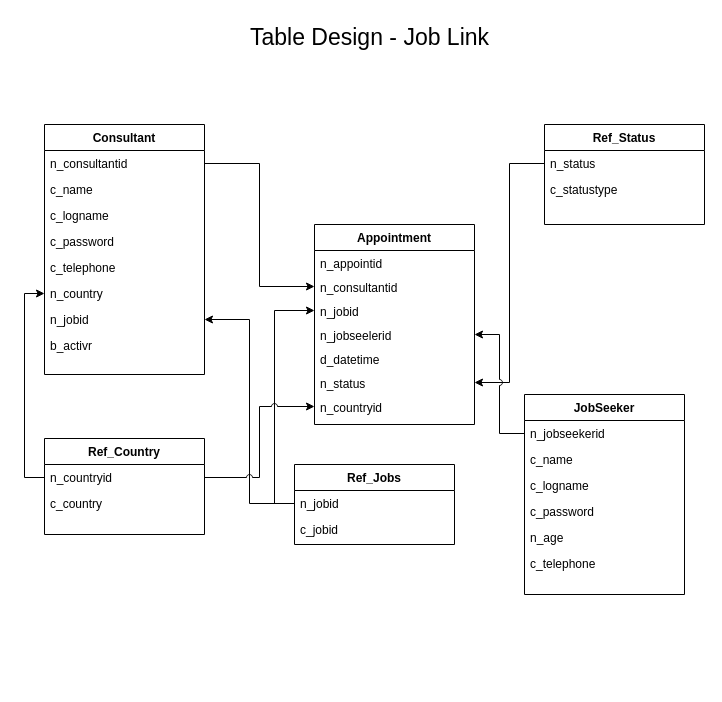
Above: page "Table Design" (3 of 5) of Untitled Diagram.drawio in danujaysl/CourseworkADPRG (draw.io), before the change. Source tidied: cells renumbered, new cells numbered last; positions are measured from the earlier drawing's top-left corner, leaving out a move shared by most shapes. Both pictures are drawn from the tidied source at 100%, with x=0, y=0 at pixel (44, 17).
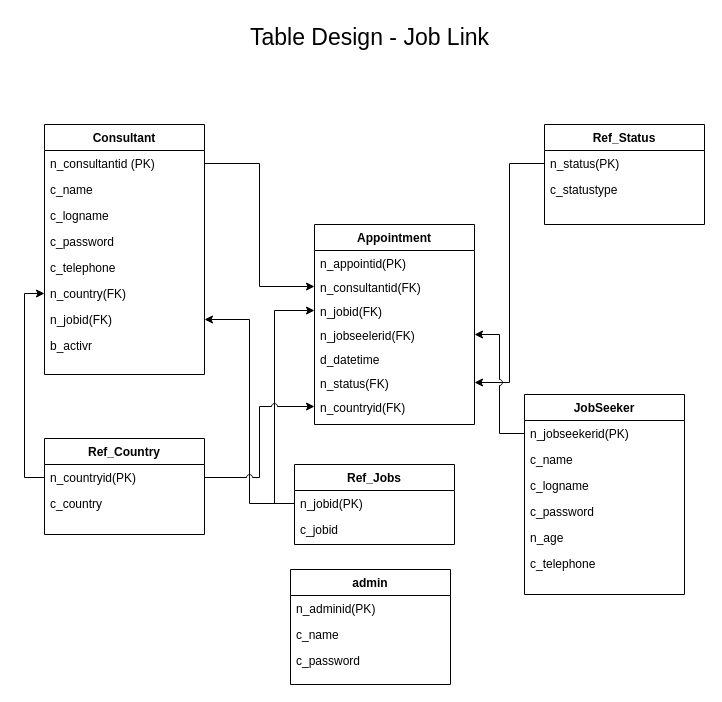
The same page after the edit.

Unchanged cells that the change refers to:
```xml
<mxCell id="2" value="Consultant&#10;" style="swimlane;fontStyle=1;align=center;verticalAlign=top;horizontal=1;startSize=26;rounded=0;shadow=0;strokeWidth=1;" parent="1" vertex="1">
  <mxGeometry y="107" width="160" height="250" as="geometry" />
</mxCell>
<mxCell id="11" value="JobSeeker&#10;" style="swimlane;fontStyle=1;align=center;verticalAlign=top;horizontal=1;startSize=26;rounded=0;shadow=0;strokeWidth=1;" parent="1" vertex="1">
  <mxGeometry x="480" y="377" width="160" height="200" as="geometry" />
</mxCell>
<mxCell id="18" value="Ref_Status" style="swimlane;fontStyle=1;align=center;verticalAlign=top;horizontal=1;startSize=26;rounded=0;shadow=0;strokeWidth=1;" parent="1" vertex="1">
  <mxGeometry x="500" y="107" width="160" height="100" as="geometry" />
</mxCell>
<mxCell id="21" value="Appointment&#10;" style="swimlane;fontStyle=1;align=center;verticalAlign=top;horizontal=1;startSize=26;rounded=0;shadow=0;strokeWidth=1;" parent="1" vertex="1">
  <mxGeometry x="270" y="207" width="160" height="200" as="geometry" />
</mxCell>
<mxCell id="32" value="Ref_Country" style="swimlane;fontStyle=1;align=center;verticalAlign=top;horizontal=1;startSize=26;rounded=0;shadow=0;strokeWidth=1;" parent="1" vertex="1">
  <mxGeometry y="421" width="160" height="96" as="geometry" />
</mxCell>
<mxCell id="36" value="Ref_Jobs" style="swimlane;fontStyle=1;align=center;verticalAlign=top;horizontal=1;startSize=26;rounded=0;shadow=0;strokeWidth=1;" parent="1" vertex="1">
  <mxGeometry x="250" y="447" width="160" height="80" as="geometry" />
</mxCell>
```

What changed in the source:
```diff
@@
-    <mxCell id="3" value="n_consultantid    " style="text;align=left;verticalAlign=top;spacingLeft=4;spacingRight=4;overflow=hidden;points=[[0,0.5,0,0,0],[1,0.5,0,0,0]];portConstraint=eastwest;" parent="2" vertex="1">
+    <mxCell id="3" value="n_consultantid (PK)" style="text;align=left;verticalAlign=top;spacingLeft=4;spacingRight=4;overflow=hidden;points=[[0,0.5,0,0,0],[1,0.5,0,0,0]];portConstraint=eastwest;" parent="2" vertex="1">
       <mxGeometry y="26" width="160" height="26" as="geometry" />
     </mxCell>
@@
-    <mxCell id="8" value="n_country" style="text;align=left;verticalAlign=top;spacingLeft=4;spacingRight=4;overflow=hidden;points=[[0,0.5],[1,0.5]];portConstraint=eastwest;rounded=0;shadow=0;html=0;" parent="2" vertex="1">
+    <mxCell id="8" value="n_country(FK)" style="text;align=left;verticalAlign=top;spacingLeft=4;spacingRight=4;overflow=hidden;points=[[0,0.5],[1,0.5]];portConstraint=eastwest;rounded=0;shadow=0;html=0;" parent="2" vertex="1">
       <mxGeometry y="156" width="160" height="26" as="geometry" />
     </mxCell>
-    <mxCell id="9" value="n_jobid" style="text;align=left;verticalAlign=top;spacingLeft=4;spacingRight=4;overflow=hidden;points=[[0,0.5],[1,0.5]];portConstraint=eastwest;rounded=0;shadow=0;html=0;" parent="2" vertex="1">
+    <mxCell id="9" value="n_jobid(FK)" style="text;align=left;verticalAlign=top;spacingLeft=4;spacingRight=4;overflow=hidden;points=[[0,0.5],[1,0.5]];portConstraint=eastwest;rounded=0;shadow=0;html=0;" parent="2" vertex="1">
       <mxGeometry y="182" width="160" height="26" as="geometry" />
     </mxCell>
@@
-    <mxCell id="12" value="n_jobseekerid" style="text;align=left;verticalAlign=top;spacingLeft=4;spacingRight=4;overflow=hidden;points=[[0,0.5],[1,0.5]];portConstraint=eastwest;" parent="11" vertex="1">
+    <mxCell id="12" value="n_jobseekerid(PK)" style="text;align=left;verticalAlign=top;spacingLeft=4;spacingRight=4;overflow=hidden;points=[[0,0.5],[1,0.5]];portConstraint=eastwest;" parent="11" vertex="1">
       <mxGeometry y="26" width="160" height="26" as="geometry" />
     </mxCell>
@@
-    <mxCell id="19" value="n_status" style="text;align=left;verticalAlign=top;spacingLeft=4;spacingRight=4;overflow=hidden;points=[[0,0.5],[1,0.5]];portConstraint=eastwest;" parent="18" vertex="1">
+    <mxCell id="19" value="n_status(PK)" style="text;align=left;verticalAlign=top;spacingLeft=4;spacingRight=4;overflow=hidden;points=[[0,0.5],[1,0.5]];portConstraint=eastwest;" parent="18" vertex="1">
       <mxGeometry y="26" width="160" height="26" as="geometry" />
     </mxCell>
@@
-    <mxCell id="22" value="n_appointid" style="text;align=left;verticalAlign=top;spacingLeft=4;spacingRight=4;overflow=hidden;" parent="21" vertex="1">
+    <mxCell id="22" value="n_appointid(PK)" style="text;align=left;verticalAlign=top;spacingLeft=4;spacingRight=4;overflow=hidden;" parent="21" vertex="1">
       <mxGeometry y="26" width="160" height="24" as="geometry" />
     </mxCell>
-    <mxCell id="23" value="n_consultantid" style="text;align=left;verticalAlign=top;spacingLeft=4;spacingRight=4;overflow=hidden;points=[[0,0.5],[1,0.5]];portConstraint=eastwest;" parent="21" vertex="1">
+    <mxCell id="23" value="n_consultantid(FK)" style="text;align=left;verticalAlign=top;spacingLeft=4;spacingRight=4;overflow=hidden;points=[[0,0.5],[1,0.5]];portConstraint=eastwest;" parent="21" vertex="1">
       <mxGeometry y="50" width="160" height="24" as="geometry" />
     </mxCell>
-    <mxCell id="24" value="n_jobid" style="text;align=left;verticalAlign=top;spacingLeft=4;spacingRight=4;overflow=hidden;points=[[0,0.5],[1,0.5]];portConstraint=eastwest;" parent="21" vertex="1">
+    <mxCell id="24" value="n_jobid(FK)" style="text;align=left;verticalAlign=top;spacingLeft=4;spacingRight=4;overflow=hidden;points=[[0,0.5],[1,0.5]];portConstraint=eastwest;" parent="21" vertex="1">
       <mxGeometry y="74" width="160" height="24" as="geometry" />
     </mxCell>
-    <mxCell id="25" value="n_jobseelerid" style="text;align=left;verticalAlign=top;spacingLeft=4;spacingRight=4;overflow=hidden;points=[[0,0.5],[1,0.5]];portConstraint=eastwest;" parent="21" vertex="1">
+    <mxCell id="25" value="n_jobseelerid(FK)" style="text;align=left;verticalAlign=top;spacingLeft=4;spacingRight=4;overflow=hidden;points=[[0,0.5],[1,0.5]];portConstraint=eastwest;" parent="21" vertex="1">
       <mxGeometry y="98" width="160" height="24" as="geometry" />
     </mxCell>
@@
-    <mxCell id="27" value="n_status" style="text;align=left;verticalAlign=top;spacingLeft=4;spacingRight=4;overflow=hidden;points=[[0,0.5],[1,0.5]];portConstraint=eastwest;" parent="21" vertex="1">
+    <mxCell id="27" value="n_status(FK)" style="text;align=left;verticalAlign=top;spacingLeft=4;spacingRight=4;overflow=hidden;points=[[0,0.5],[1,0.5]];portConstraint=eastwest;" parent="21" vertex="1">
       <mxGeometry y="146" width="160" height="24" as="geometry" />
     </mxCell>
-    <mxCell id="28" value="n_countryid" style="text;align=left;verticalAlign=top;spacingLeft=4;spacingRight=4;overflow=hidden;points=[[0,0.5],[1,0.5]];portConstraint=eastwest;" parent="21" vertex="1">
+    <mxCell id="28" value="n_countryid(FK)" style="text;align=left;verticalAlign=top;spacingLeft=4;spacingRight=4;overflow=hidden;points=[[0,0.5],[1,0.5]];portConstraint=eastwest;" parent="21" vertex="1">
       <mxGeometry y="170" width="160" height="24" as="geometry" />
     </mxCell>
@@
-    <mxCell id="33" value="n_countryid" style="text;align=left;verticalAlign=top;spacingLeft=4;spacingRight=4;overflow=hidden;points=[[0,0.5],[1,0.5]];portConstraint=eastwest;" parent="32" vertex="1">
+    <mxCell id="33" value="n_countryid(PK)" style="text;align=left;verticalAlign=top;spacingLeft=4;spacingRight=4;overflow=hidden;points=[[0,0.5],[1,0.5]];portConstraint=eastwest;" parent="32" vertex="1">
       <mxGeometry y="26" width="160" height="26" as="geometry" />
     </mxCell>
@@
-    <mxCell id="37" value="n_jobid" style="text;align=left;verticalAlign=top;spacingLeft=4;spacingRight=4;overflow=hidden;points=[[0,0.5],[1,0.5]];portConstraint=eastwest;" parent="36" vertex="1">
+    <mxCell id="37" value="n_jobid(PK)" style="text;align=left;verticalAlign=top;spacingLeft=4;spacingRight=4;overflow=hidden;points=[[0,0.5],[1,0.5]];portConstraint=eastwest;" parent="36" vertex="1">
       <mxGeometry y="26" width="160" height="26" as="geometry" />
     </mxCell>
@@
+    <mxCell id="43" value="admin" style="swimlane;fontStyle=1;align=center;verticalAlign=top;horizontal=1;startSize=26;rounded=0;shadow=0;strokeWidth=1;" parent="1" vertex="1">
+      <mxGeometry x="246" y="552" width="160" height="115" as="geometry" />
+    </mxCell>
+    <mxCell id="44" value="n_adminid(PK)" style="text;align=left;verticalAlign=top;spacingLeft=4;spacingRight=4;overflow=hidden;" parent="43" vertex="1">
+      <mxGeometry y="26" width="160" height="26" as="geometry" />
+    </mxCell>
+    <mxCell id="45" value="c_name" style="text;align=left;verticalAlign=top;spacingLeft=4;spacingRight=4;overflow=hidden;" parent="43" vertex="1">
+      <mxGeometry y="52" width="160" height="26" as="geometry" />
+    </mxCell>
+    <mxCell id="46" value="c_password" style="text;align=left;verticalAlign=top;spacingLeft=4;spacingRight=4;overflow=hidden;" parent="43" vertex="1">
+      <mxGeometry y="78" width="160" height="26" as="geometry" />
+    </mxCell>
```
